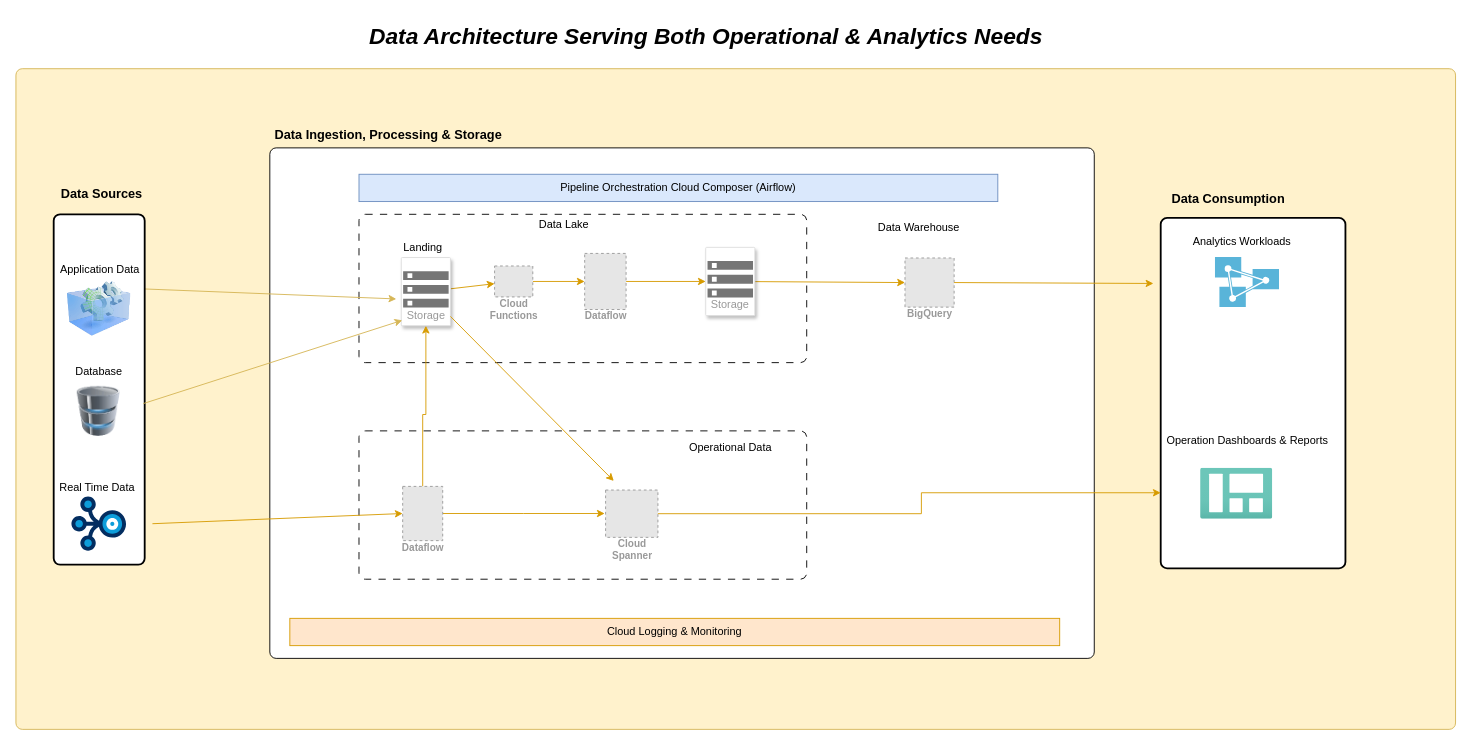
The draw.io diagram DA_Operations_N_Analytics.drawio in AbhishekU-Data/Data_Architecture, before the edit. Source tidied: cells renumbered, new cells numbered last; positions are measured from the earlier drawing's top-left corner, leaving out a move shared by most shapes. Both pictures are drawn from the tidied source at 91%, with x=0, y=0 at pixel (15, 15). Pictures stored in the file or linked from it are replaced by grey dashed boxes.
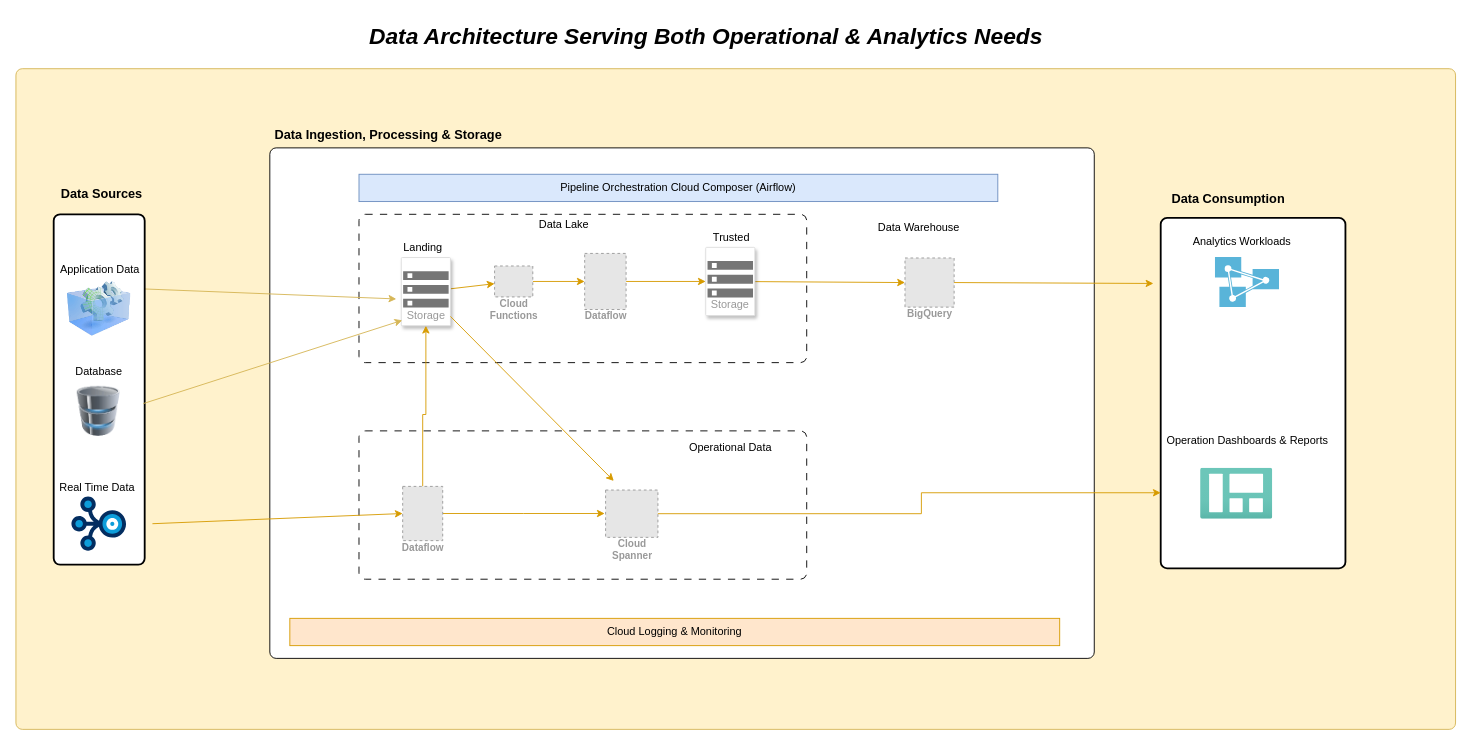
Above is the later version.

The edit, as a diff of the source:
```diff
@@
+    <mxCell id="50" value="Trusted" style="text;html=1;align=center;verticalAlign=middle;strokeColor=none;fillColor=none;" parent="1" vertex="1">
+      <mxGeometry x="756.5" y="231" width="58" height="26" as="geometry" />
+    </mxCell>
```
